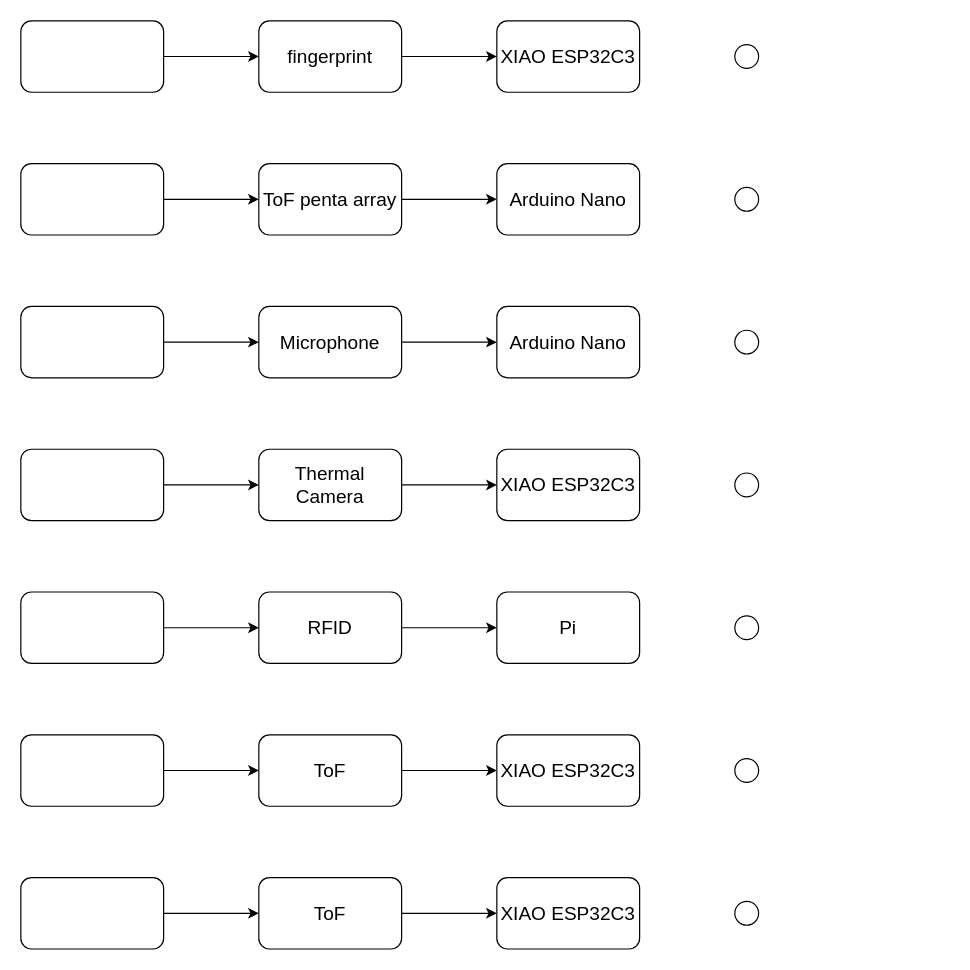
Before: devices.drawio in utsanpb2-234/Reminder-IoT, a draw.io diagram. Source tidied: cells renumbered, new cells numbered last; positions are measured from the earlier drawing's top-left corner, leaving out a move shared by most shapes. Both pictures are drawn from the tidied source at 119%, with x=0, y=0 at pixel (20, 20).
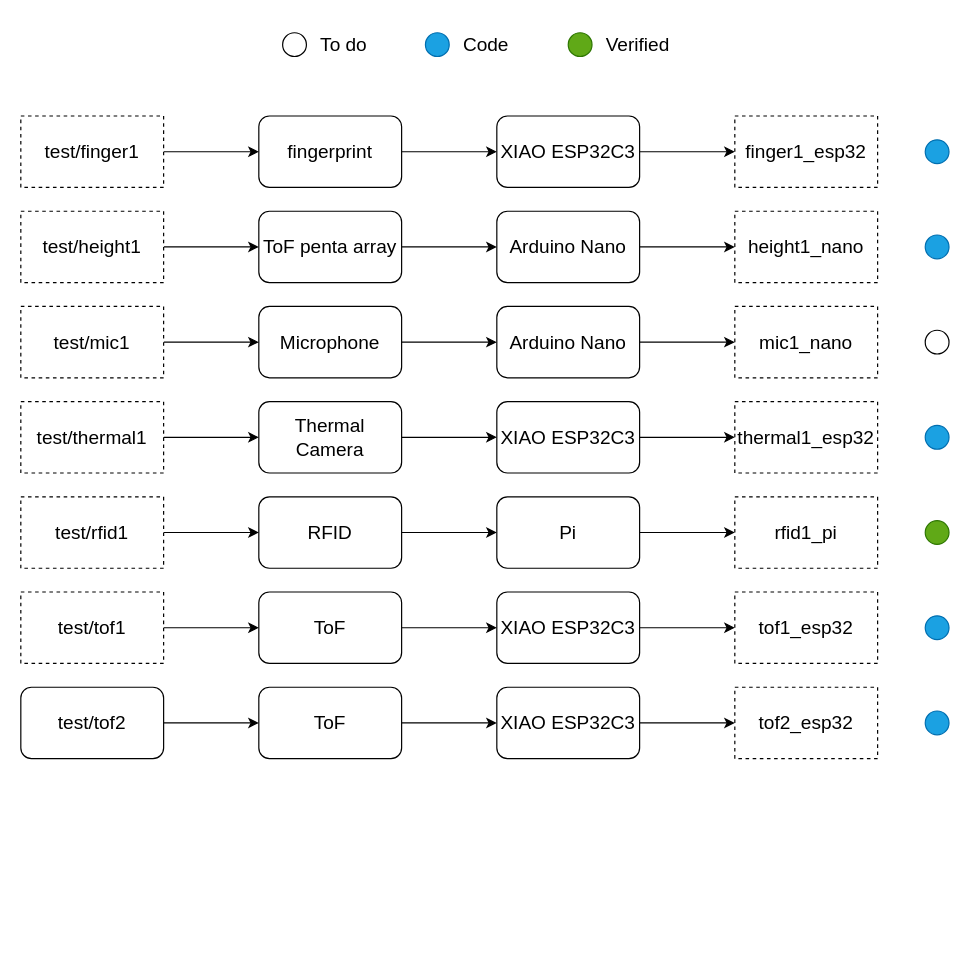
After the change.

Commit message (it also covers changes not shown here):
mqtt code update

Unchanged cells that the change refers to:
```xml
<mxCell id="10" value="Arduino Nano" style="whiteSpace=wrap;html=1;rounded=1;fontSize=16;" parent="1" vertex="1">
  <mxGeometry x="400" y="240" width="120" height="60" as="geometry" />
</mxCell>
```

Change to the diagram source:
```diff
@@
     <mxCell id="3" value="fingerprint" style="rounded=1;whiteSpace=wrap;html=1;fontSize=16;" parent="1" vertex="1">
-      <mxGeometry x="200" width="120" height="60" as="geometry" />
+      <mxGeometry x="200" y="80" width="120" height="60" as="geometry" />
     </mxCell>
+    <mxCell id="44" style="edgeStyle=orthogonalEdgeStyle;rounded=0;jettySize=auto;html=1;fontSize=16;" parent="1" edge="1" source="4" target="54">
+      <mxGeometry relative="1" as="geometry" />
+    </mxCell>
     <mxCell id="4" value="XIAO ESP32C3" style="rounded=1;whiteSpace=wrap;html=1;fontSize=16;" parent="1" vertex="1">
-      <mxGeometry x="400" width="120" height="60" as="geometry" />
+      <mxGeometry x="400" y="80" width="120" height="60" as="geometry" />
     </mxCell>
@@
     <mxCell id="6" value="ToF penta array" style="rounded=1;whiteSpace=wrap;html=1;fontSize=16;" parent="1" vertex="1">
-      <mxGeometry x="200" y="120" width="120" height="60" as="geometry" />
+      <mxGeometry x="200" y="160" width="120" height="60" as="geometry" />
     </mxCell>
+    <mxCell id="45" style="edgeStyle=orthogonalEdgeStyle;rounded=0;jettySize=auto;html=1;fontSize=16;" parent="1" edge="1" source="7" target="55">
+      <mxGeometry relative="1" as="geometry" />
+    </mxCell>
     <mxCell id="7" value="Arduino Nano" style="rounded=1;whiteSpace=wrap;html=1;fontSize=16;" parent="1" vertex="1">
-      <mxGeometry x="400" y="120" width="120" height="60" as="geometry" />
+      <mxGeometry x="400" y="160" width="120" height="60" as="geometry" />
     </mxCell>
@@
+    <mxCell id="46" style="edgeStyle=orthogonalEdgeStyle;rounded=0;jettySize=auto;html=1;fontSize=16;" parent="1" edge="1" source="10" target="56">
+      <mxGeometry relative="1" as="geometry" />
+    </mxCell>
@@
     <mxCell id="12" value="Thermal Camera" style="rounded=1;whiteSpace=wrap;html=1;fontSize=16;" parent="1" vertex="1">
-      <mxGeometry x="200" y="360" width="120" height="60" as="geometry" />
+      <mxGeometry x="200" y="320" width="120" height="60" as="geometry" />
     </mxCell>
+    <mxCell id="47" style="edgeStyle=orthogonalEdgeStyle;rounded=0;jettySize=auto;html=1;fontSize=16;" parent="1" edge="1" source="13" target="51">
+      <mxGeometry relative="1" as="geometry" />
+    </mxCell>
     <mxCell id="13" value="XIAO ESP32C3" style="whiteSpace=wrap;html=1;rounded=1;fontSize=16;" parent="1" vertex="1">
-      <mxGeometry x="400" y="360" width="120" height="60" as="geometry" />
+      <mxGeometry x="400" y="320" width="120" height="60" as="geometry" />
     </mxCell>
@@
     <mxCell id="15" value="RFID" style="rounded=1;whiteSpace=wrap;html=1;fontSize=16;" parent="1" vertex="1">
-      <mxGeometry x="200" y="480" width="120" height="60" as="geometry" />
+      <mxGeometry x="200" y="400" width="120" height="60" as="geometry" />
     </mxCell>
+    <mxCell id="48" style="edgeStyle=orthogonalEdgeStyle;rounded=0;jettySize=auto;html=1;fontSize=16;" parent="1" edge="1" source="16" target="52">
+      <mxGeometry relative="1" as="geometry" />
+    </mxCell>
     <mxCell id="16" value="Pi" style="whiteSpace=wrap;html=1;rounded=1;fontSize=16;" parent="1" vertex="1">
-      <mxGeometry x="400" y="480" width="120" height="60" as="geometry" />
+      <mxGeometry x="400" y="400" width="120" height="60" as="geometry" />
     </mxCell>
@@
     <mxCell id="18" value="ToF" style="rounded=1;whiteSpace=wrap;html=1;fontSize=16;" parent="1" vertex="1">
-      <mxGeometry x="200" y="600" width="120" height="60" as="geometry" />
+      <mxGeometry x="200" y="480" width="120" height="60" as="geometry" />
     </mxCell>
+    <mxCell id="49" style="edgeStyle=orthogonalEdgeStyle;rounded=0;jettySize=auto;html=1;fontSize=16;" parent="1" edge="1" source="19" target="53">
+      <mxGeometry relative="1" as="geometry" />
+    </mxCell>
     <mxCell id="19" value="XIAO ESP32C3" style="whiteSpace=wrap;html=1;rounded=1;fontSize=16;" parent="1" vertex="1">
-      <mxGeometry x="400" y="600" width="120" height="60" as="geometry" />
+      <mxGeometry x="400" y="480" width="120" height="60" as="geometry" />
     </mxCell>
@@
-    <mxCell id="21" style="whiteSpace=wrap;html=1;fontSize=16;rounded=1;" parent="1" vertex="1">
-      <mxGeometry width="120" height="60" as="geometry" />
+    <mxCell id="21" value="test/finger1" style="whiteSpace=wrap;html=1;fontSize=16;rounded=0;dashed=1;" parent="1" vertex="1">
+      <mxGeometry y="80" width="120" height="60" as="geometry" />
     </mxCell>
@@
-    <mxCell id="23" style="whiteSpace=wrap;html=1;fontSize=16;rounded=1;" parent="1" vertex="1">
-      <mxGeometry y="120" width="120" height="60" as="geometry" />
+    <mxCell id="23" value="test/height1" style="whiteSpace=wrap;html=1;fontSize=16;rounded=0;dashed=1;" parent="1" vertex="1">
+      <mxGeometry y="160" width="120" height="60" as="geometry" />
     </mxCell>
@@
-    <mxCell id="25" style="whiteSpace=wrap;html=1;fontSize=16;rounded=1;" parent="1" vertex="1">
+    <mxCell id="25" value="test/mic1" style="whiteSpace=wrap;html=1;fontSize=16;rounded=0;dashed=1;" parent="1" vertex="1">
       <mxGeometry y="240" width="120" height="60" as="geometry" />
     </mxCell>
@@
-    <mxCell id="27" style="whiteSpace=wrap;html=1;fontSize=16;rounded=1;" parent="1" vertex="1">
-      <mxGeometry y="360" width="120" height="60" as="geometry" />
+    <mxCell id="27" value="test/thermal1" style="whiteSpace=wrap;html=1;fontSize=16;rounded=0;dashed=1;" parent="1" vertex="1">
+      <mxGeometry y="320" width="120" height="60" as="geometry" />
     </mxCell>
@@
-    <mxCell id="29" style="whiteSpace=wrap;html=1;fontSize=16;rounded=1;" parent="1" vertex="1">
-      <mxGeometry y="480" width="120" height="60" as="geometry" />
+    <mxCell id="29" value="test/rfid1" style="whiteSpace=wrap;html=1;fontSize=16;rounded=0;dashed=1;" parent="1" vertex="1">
+      <mxGeometry y="400" width="120" height="60" as="geometry" />
     </mxCell>
@@
-    <mxCell id="31" style="whiteSpace=wrap;html=1;fontSize=16;rounded=1;" parent="1" vertex="1">
-      <mxGeometry y="600" width="120" height="60" as="geometry" />
+    <mxCell id="31" value="test/tof1" style="whiteSpace=wrap;html=1;fontSize=16;rounded=0;dashed=1;" parent="1" vertex="1">
+      <mxGeometry y="480" width="120" height="60" as="geometry" />
     </mxCell>
-    <mxCell id="32" style="ellipse;whiteSpace=wrap;html=1;" parent="1" vertex="1">
-      <mxGeometry x="600" y="20" width="20" height="20" as="geometry" />
+    <mxCell id="32" style="ellipse;whiteSpace=wrap;html=1;fillColor=#1ba1e2;fontColor=#ffffff;strokeColor=#006EAF;" parent="1" vertex="1">
+      <mxGeometry x="760" y="100" width="20" height="20" as="geometry" />
     </mxCell>
-    <mxCell id="33" style="ellipse;whiteSpace=wrap;html=1;" parent="1" vertex="1">
-      <mxGeometry x="600" y="140" width="20" height="20" as="geometry" />
+    <mxCell id="33" style="ellipse;whiteSpace=wrap;html=1;fillColor=#1ba1e2;fontColor=#ffffff;strokeColor=#006EAF;" parent="1" vertex="1">
+      <mxGeometry x="760" y="180" width="20" height="20" as="geometry" />
     </mxCell>
     <mxCell id="34" style="ellipse;whiteSpace=wrap;html=1;" parent="1" vertex="1">
-      <mxGeometry x="600" y="260" width="20" height="20" as="geometry" />
+      <mxGeometry x="760" y="260" width="20" height="20" as="geometry" />
     </mxCell>
-    <mxCell id="35" style="ellipse;whiteSpace=wrap;html=1;" parent="1" vertex="1">
-      <mxGeometry x="600" y="380" width="20" height="20" as="geometry" />
+    <mxCell id="35" style="ellipse;whiteSpace=wrap;html=1;fillColor=#1ba1e2;fontColor=#ffffff;strokeColor=#006EAF;" parent="1" vertex="1">
+      <mxGeometry x="760" y="340" width="20" height="20" as="geometry" />
     </mxCell>
-    <mxCell id="36" style="ellipse;whiteSpace=wrap;html=1;" parent="1" vertex="1">
-      <mxGeometry x="600" y="500" width="20" height="20" as="geometry" />
+    <mxCell id="36" style="ellipse;whiteSpace=wrap;html=1;fillColor=#60a917;fontColor=#ffffff;strokeColor=#2D7600;" parent="1" vertex="1">
+      <mxGeometry x="760" y="420" width="20" height="20" as="geometry" />
     </mxCell>
-    <mxCell id="37" style="ellipse;whiteSpace=wrap;html=1;" parent="1" vertex="1">
-      <mxGeometry x="600" y="620" width="20" height="20" as="geometry" />
+    <mxCell id="37" style="ellipse;whiteSpace=wrap;html=1;fillColor=#1ba1e2;fontColor=#ffffff;strokeColor=#006EAF;" parent="1" vertex="1">
+      <mxGeometry x="760" y="500" width="20" height="20" as="geometry" />
     </mxCell>
@@
     <mxCell id="39" value="ToF" style="rounded=1;whiteSpace=wrap;html=1;fontSize=16;" parent="1" vertex="1">
-      <mxGeometry x="200" y="720" width="120" height="60" as="geometry" />
+      <mxGeometry x="200" y="560" width="120" height="60" as="geometry" />
     </mxCell>
+    <mxCell id="50" style="edgeStyle=orthogonalEdgeStyle;rounded=0;jettySize=auto;html=1;fontSize=16;" parent="1" edge="1" source="40" target="57">
+      <mxGeometry relative="1" as="geometry" />
+    </mxCell>
     <mxCell id="40" value="XIAO ESP32C3" style="whiteSpace=wrap;html=1;rounded=1;fontSize=16;" parent="1" vertex="1">
-      <mxGeometry x="400" y="720" width="120" height="60" as="geometry" />
+      <mxGeometry x="400" y="560" width="120" height="60" as="geometry" />
     </mxCell>
@@
-    <mxCell id="42" style="whiteSpace=wrap;html=1;fontSize=16;rounded=1;" parent="1" vertex="1">
-      <mxGeometry y="720" width="120" height="60" as="geometry" />
+    <mxCell id="42" value="test/tof2" style="whiteSpace=wrap;html=1;fontSize=16;rounded=1;" parent="1" vertex="1">
+      <mxGeometry y="560" width="120" height="60" as="geometry" />
     </mxCell>
-    <mxCell id="43" style="ellipse;whiteSpace=wrap;html=1;" parent="1" vertex="1">
-      <mxGeometry x="600" y="740" width="20" height="20" as="geometry" />
-    </mxCell>
+    <mxCell id="51" value="thermal1_esp32" style="rounded=0;whiteSpace=wrap;html=1;fontSize=16;dashed=1;" parent="1" vertex="1">
+      <mxGeometry x="600" y="320" width="120" height="60" as="geometry" />
+    </mxCell>
+    <mxCell id="52" value="rfid1_pi" style="rounded=0;whiteSpace=wrap;html=1;fontSize=16;dashed=1;" parent="1" vertex="1">
+      <mxGeometry x="600" y="400" width="120" height="60" as="geometry" />
+    </mxCell>
+    <mxCell id="53" value="tof1_esp32" style="rounded=0;whiteSpace=wrap;html=1;fontSize=16;dashed=1;" parent="1" vertex="1">
+      <mxGeometry x="600" y="480" width="120" height="60" as="geometry" />
+    </mxCell>
+    <mxCell id="54" value="finger1_esp32" style="rounded=0;whiteSpace=wrap;html=1;fontSize=16;dashed=1;" parent="1" vertex="1">
+      <mxGeometry x="600" y="80" width="120" height="60" as="geometry" />
+    </mxCell>
+    <mxCell id="55" value="height1_nano" style="rounded=0;whiteSpace=wrap;html=1;fontSize=16;dashed=1;" parent="1" vertex="1">
+      <mxGeometry x="600" y="160" width="120" height="60" as="geometry" />
+    </mxCell>
+    <mxCell id="56" value="mic1_nano" style="rounded=0;whiteSpace=wrap;html=1;fontSize=16;dashed=1;" parent="1" vertex="1">
+      <mxGeometry x="600" y="240" width="120" height="60" as="geometry" />
+    </mxCell>
+    <mxCell id="57" value="tof2_esp32" style="rounded=0;whiteSpace=wrap;html=1;fontSize=16;dashed=1;" parent="1" vertex="1">
+      <mxGeometry x="600" y="560" width="120" height="60" as="geometry" />
+    </mxCell>
+    <mxCell id="58" style="ellipse;whiteSpace=wrap;html=1;fillColor=#1ba1e2;fontColor=#ffffff;strokeColor=#006EAF;" parent="1" vertex="1">
+      <mxGeometry x="760" y="580" width="20" height="20" as="geometry" />
+    </mxCell>
+    <mxCell id="59" style="group;" parent="1" vertex="1">
+      <mxGeometry x="220" width="110" height="40" as="geometry" />
+    </mxCell>
+    <mxCell id="60" style="ellipse;whiteSpace=wrap;html=1;" parent="59" vertex="1">
+      <mxGeometry y="10" width="20" height="20" as="geometry" />
+    </mxCell>
+    <mxCell id="61" value="To do" style="text;html=1;strokeColor=none;fillColor=none;align=left;verticalAlign=middle;whiteSpace=wrap;rounded=0;fontSize=16;fontStyle=0;" parent="59" vertex="1">
+      <mxGeometry x="30" width="80" height="40" as="geometry" />
+    </mxCell>
+    <mxCell id="62" style="group;" parent="1" vertex="1">
+      <mxGeometry x="340" width="110" height="40" as="geometry" />
+    </mxCell>
+    <mxCell id="63" style="ellipse;whiteSpace=wrap;html=1;fillColor=#1ba1e2;fontColor=#ffffff;strokeColor=#006EAF;" parent="62" vertex="1">
+      <mxGeometry y="10" width="20" height="20" as="geometry" />
+    </mxCell>
+    <mxCell id="64" value="Code" style="text;html=1;strokeColor=none;fillColor=none;align=left;verticalAlign=middle;whiteSpace=wrap;rounded=0;fontSize=16;fontStyle=0;" parent="62" vertex="1">
+      <mxGeometry x="30" width="80" height="40" as="geometry" />
+    </mxCell>
+    <mxCell id="65" style="group;" parent="1" vertex="1">
+      <mxGeometry x="460" width="110" height="40" as="geometry" />
+    </mxCell>
+    <mxCell id="66" style="ellipse;whiteSpace=wrap;html=1;fillColor=#60a917;fontColor=#ffffff;strokeColor=#2D7600;" parent="65" vertex="1">
+      <mxGeometry y="10" width="20" height="20" as="geometry" />
+    </mxCell>
+    <mxCell id="67" value="Verified" style="text;html=1;strokeColor=none;fillColor=none;align=left;verticalAlign=middle;whiteSpace=wrap;rounded=0;fontSize=16;fontStyle=0;" parent="65" vertex="1">
+      <mxGeometry x="30" width="80" height="40" as="geometry" />
+    </mxCell>
```
